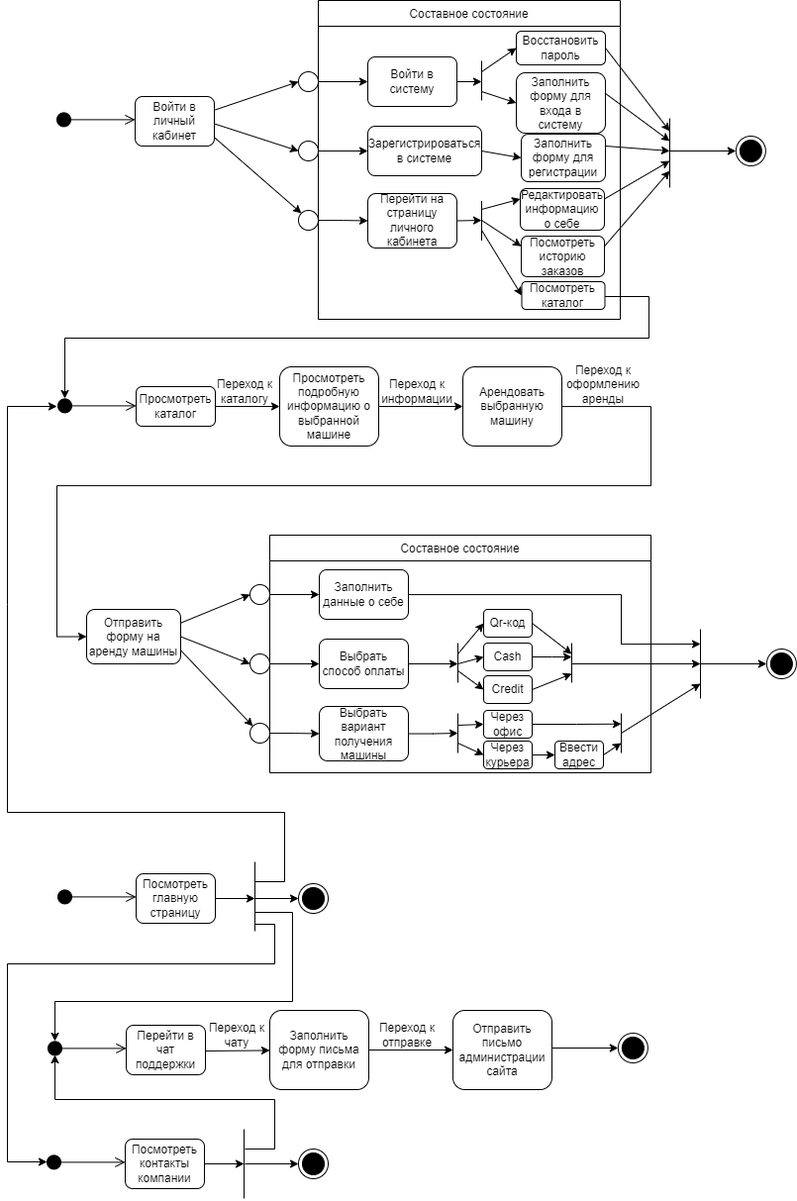
This is Diagrams/Диаграмма состояний (Statechart diagram)/Statechart diagram-Клиент.drawio.png from plnppt/Programming-technologies-project, a draw.io export, as it was before one commit. Source tidied: cells renumbered, new cells last; positions are measured from the earlier drawing's top-left corner, leaving out a move shared by most shapes.
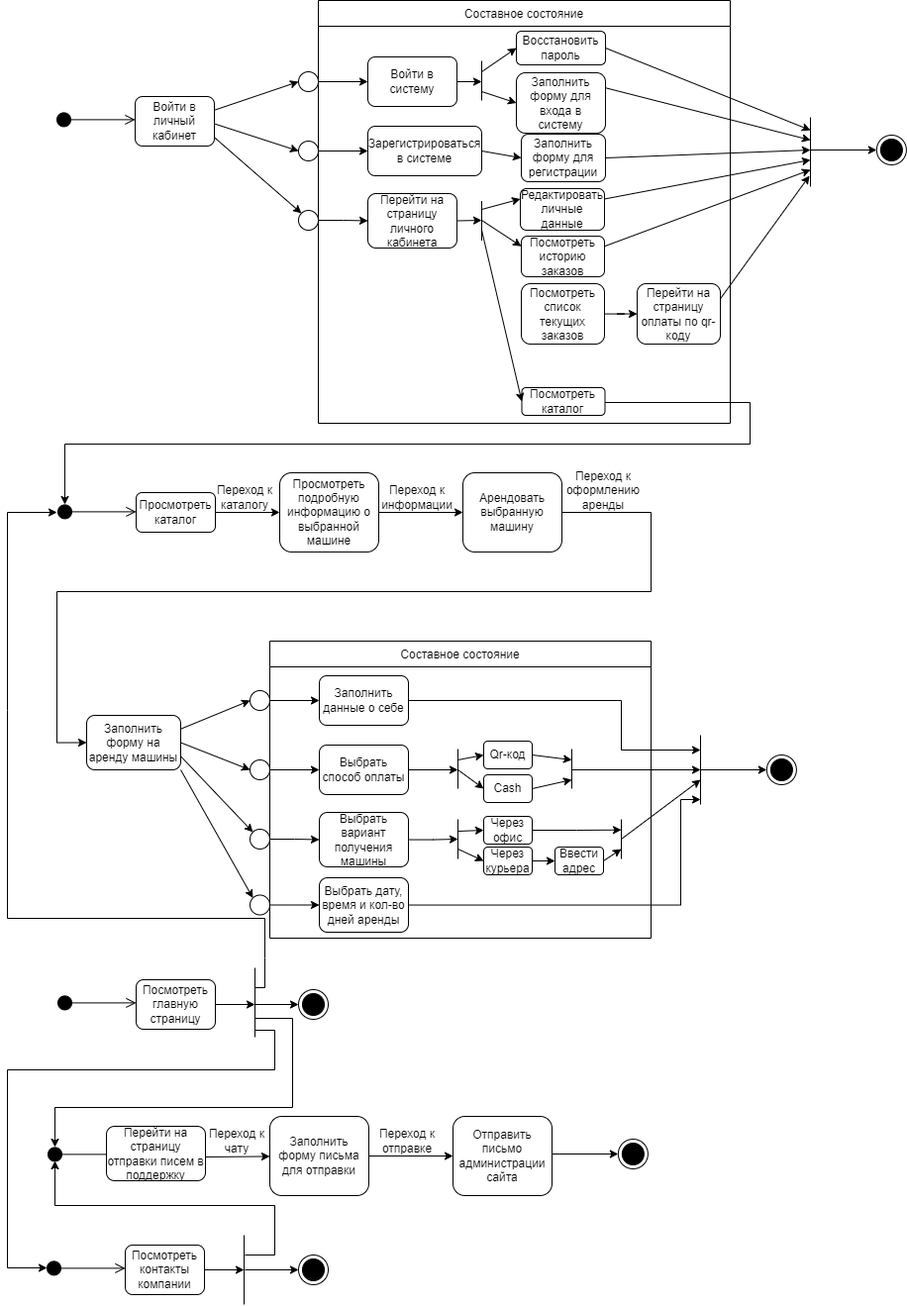
Later version of the same file.

What changed in the source:
```diff
@@ -45,7 +45,7 @@
       <mxGeometry x="572" y="373" width="60" height="30" as="geometry" />
     </mxCell>
     <mxCell id="12" value="Составное состояние" style="swimlane;fontStyle=0;horizontal=1;startSize=26;fillColor=none;" parent="1" vertex="1">
-      <mxGeometry x="265" y="540" width="385" height="240" as="geometry" />
+      <mxGeometry x="265" y="540" width="385" height="300" as="geometry" />
     </mxCell>
     <mxCell id="13" style="endArrow=none;html=1;rounded=0;" parent="12" edge="1">
       <mxGeometry relative="1" as="geometry">
@@ -121,7 +121,7 @@
     <mxCell id="29" style="ellipse;whiteSpace=wrap;html=1;" parent="1" vertex="1">
       <mxGeometry x="245" y="730" width="20" height="20" as="geometry" />
     </mxCell>
-    <mxCell id="30" value="Отправить форму на аренду машины" style="rounded=1;whiteSpace=wrap;html=1;" parent="1" vertex="1">
+    <mxCell id="30" value="Заполнить форму на аренду машины" style="rounded=1;whiteSpace=wrap;html=1;" parent="1" vertex="1">
       <mxGeometry x="80" y="615" width="95" height="55" as="geometry" />
     </mxCell>
     <mxCell id="31" style="endArrow=classic;html=1;rounded=0;exitX=1;exitY=0.25;exitDx=0;exitDy=0;entryX=0;entryY=0.5;entryDx=0;entryDy=0;" parent="1" edge="1" source="30" target="25">
@@ -134,19 +134,11 @@
       <mxGeometry relative="1" as="geometry" />
     </mxCell>
     <mxCell id="34" value="Qr-код" style="rounded=1;whiteSpace=wrap;html=1;" parent="1" vertex="1">
-      <mxGeometry x="481" y="615" width="49" height="28" as="geometry" />
+      <mxGeometry x="481" y="641" width="49" height="28" as="geometry" />
     </mxCell>
-    <mxCell id="35" style="edgeStyle=orthogonalEdgeStyle;rounded=0;jettySize=auto;html=1;exitX=1;exitY=0.5;exitDx=0;exitDy=0;" parent="1" edge="1" source="36">
-      <mxGeometry relative="1" as="geometry">
-        <mxPoint x="570" y="663.1" as="targetPoint" />
-      </mxGeometry>
-    </mxCell>
     <mxCell id="36" value="Cash" style="rounded=1;whiteSpace=wrap;html=1;" parent="1" vertex="1">
-      <mxGeometry x="481" y="649" width="49" height="28" as="geometry" />
+      <mxGeometry x="481" y="675" width="49" height="28" as="geometry" />
     </mxCell>
-    <mxCell id="37" value="Credit" style="rounded=1;whiteSpace=wrap;html=1;" parent="1" vertex="1">
-      <mxGeometry x="481" y="682" width="49" height="28" as="geometry" />
-    </mxCell>
     <mxCell id="38" style="endArrow=classic;html=1;rounded=0;entryX=0;entryY=0.5;entryDx=0;entryDy=0;" parent="1" edge="1" target="34">
       <mxGeometry relative="1" as="geometry">
         <mxPoint x="455" y="660" as="sourcePoint" />
@@ -157,11 +149,6 @@
         <mxPoint x="455" y="670" as="sourcePoint" />
       </mxGeometry>
     </mxCell>
-    <mxCell id="40" style="endArrow=classic;html=1;rounded=0;entryX=0;entryY=0.5;entryDx=0;entryDy=0;" parent="1" edge="1" target="37">
-      <mxGeometry relative="1" as="geometry">
-        <mxPoint x="455" y="677" as="sourcePoint" />
-      </mxGeometry>
-    </mxCell>
     <mxCell id="41" style="edgeStyle=orthogonalEdgeStyle;rounded=0;jettySize=auto;html=1;exitX=1;exitY=0.5;exitDx=0;exitDy=0;" parent="1" edge="1" source="42">
       <mxGeometry relative="1" as="geometry">
         <mxPoint x="620" y="730.7" as="targetPoint" />
@@ -195,15 +182,10 @@
         <mxPoint x="570" y="660" as="targetPoint" />
       </mxGeometry>
     </mxCell>
-    <mxCell id="49" style="endArrow=classic;html=1;rounded=0;exitX=1;exitY=0.5;exitDx=0;exitDy=0;" parent="1" edge="1" source="37">
-      <mxGeometry relative="1" as="geometry">
-        <mxPoint x="570" y="680" as="targetPoint" />
-      </mxGeometry>
-    </mxCell>
     <mxCell id="50" style="endArrow=classic;html=1;rounded=0;" parent="1" edge="1">
       <mxGeometry relative="1" as="geometry">
         <mxPoint x="620" y="740" as="sourcePoint" />
-        <mxPoint x="700" y="690" as="targetPoint" />
+        <mxPoint x="700" y="680" as="targetPoint" />
       </mxGeometry>
     </mxCell>
     <mxCell id="51" style="endArrow=classic;html=1;rounded=0;" parent="1" edge="1">
@@ -228,15 +210,15 @@
     </mxCell>
     <mxCell id="55" style="html=1;verticalAlign=bottom;startArrow=circle;startFill=1;endArrow=open;startSize=6;endSize=8;rounded=0;" parent="1" edge="1">
       <mxGeometry relative="1" as="geometry">
-        <mxPoint x="49" y="120.4" as="sourcePoint" />
-        <mxPoint x="129" y="120.4" as="targetPoint" />
+        <mxPoint x="49" y="13.4" as="sourcePoint" />
+        <mxPoint x="129" y="13.4" as="targetPoint" />
       </mxGeometry>
     </mxCell>
     <mxCell id="56" value="Войти в личный кабинет" style="rounded=1;whiteSpace=wrap;html=1;" parent="1" vertex="1">
-      <mxGeometry x="129" y="97" width="80" height="50" as="geometry" />
+      <mxGeometry x="129" y="-10" width="80" height="50" as="geometry" />
     </mxCell>
     <mxCell id="57" value="Составное состояние" style="swimlane;fontStyle=0;horizontal=1;startSize=26;fillColor=none;" parent="1" vertex="1">
-      <mxGeometry x="314" width="305" height="322" as="geometry" />
+      <mxGeometry x="314" y="-107" width="416" height="427" as="geometry" />
     </mxCell>
     <mxCell id="58" style="endArrow=none;html=1;rounded=0;" parent="57" edge="1">
       <mxGeometry relative="1" as="geometry">
@@ -251,102 +233,102 @@
       </mxGeometry>
     </mxCell>
     <mxCell id="60" value="Войти в систему" style="rounded=1;whiteSpace=wrap;html=1;" parent="1" vertex="1">
-      <mxGeometry x="364" y="57" width="90" height="50" as="geometry" />
+      <mxGeometry x="364" y="-50" width="90" height="50" as="geometry" />
     </mxCell>
     <mxCell id="61" value="Зарегистрироваться в системе" style="rounded=1;whiteSpace=wrap;html=1;" parent="1" vertex="1">
-      <mxGeometry x="364" y="127" width="115" height="50" as="geometry" />
+      <mxGeometry x="364" y="20" width="115" height="50" as="geometry" />
     </mxCell>
     <mxCell id="62" value="Перейти на страницу личного кабинета" style="rounded=1;whiteSpace=wrap;html=1;" parent="1" vertex="1">
-      <mxGeometry x="364" y="195" width="90" height="55" as="geometry" />
+      <mxGeometry x="364" y="88" width="90" height="55" as="geometry" />
     </mxCell>
     <mxCell id="63" style="edgeStyle=orthogonalEdgeStyle;rounded=0;jettySize=auto;html=1;entryX=0;entryY=0.5;entryDx=0;entryDy=0;" parent="1" edge="1" source="64" target="60">
       <mxGeometry relative="1" as="geometry" />
     </mxCell>
     <mxCell id="64" style="ellipse;whiteSpace=wrap;html=1;" parent="1" vertex="1">
-      <mxGeometry x="294" y="72" width="20" height="20" as="geometry" />
+      <mxGeometry x="294" y="-35" width="20" height="20" as="geometry" />
     </mxCell>
     <mxCell id="65" style="edgeStyle=orthogonalEdgeStyle;rounded=0;jettySize=auto;html=1;entryX=0;entryY=0.5;entryDx=0;entryDy=0;" parent="1" edge="1" source="66" target="61">
       <mxGeometry relative="1" as="geometry" />
     </mxCell>
     <mxCell id="66" style="ellipse;whiteSpace=wrap;html=1;" parent="1" vertex="1">
-      <mxGeometry x="294" y="142" width="20" height="20" as="geometry" />
+      <mxGeometry x="294" y="35" width="20" height="20" as="geometry" />
     </mxCell>
     <mxCell id="67" style="edgeStyle=orthogonalEdgeStyle;rounded=0;jettySize=auto;html=1;entryX=0;entryY=0.5;entryDx=0;entryDy=0;" parent="1" edge="1" source="68" target="62">
       <mxGeometry relative="1" as="geometry" />
     </mxCell>
     <mxCell id="68" style="ellipse;whiteSpace=wrap;html=1;" parent="1" vertex="1">
-      <mxGeometry x="294" y="212" width="20" height="20" as="geometry" />
+      <mxGeometry x="294" y="105" width="20" height="20" as="geometry" />
     </mxCell>
     <mxCell id="69" style="endArrow=classic;html=1;rounded=0;exitX=1;exitY=0.25;exitDx=0;exitDy=0;entryX=0;entryY=0.5;entryDx=0;entryDy=0;" parent="1" edge="1" target="64">
       <mxGeometry relative="1" as="geometry">
-        <mxPoint x="209" y="110.8" as="sourcePoint" />
+        <mxPoint x="209" y="3.8" as="sourcePoint" />
       </mxGeometry>
     </mxCell>
     <mxCell id="70" style="endArrow=classic;html=1;rounded=0;entryX=0;entryY=0.5;entryDx=0;entryDy=0;exitX=1;exitY=0.5;exitDx=0;exitDy=0;" parent="1" edge="1" target="66">
       <mxGeometry relative="1" as="geometry">
-        <mxPoint x="209" y="124.5" as="sourcePoint" />
+        <mxPoint x="209" y="17.5" as="sourcePoint" />
       </mxGeometry>
     </mxCell>
     <mxCell id="71" style="endArrow=classic;html=1;rounded=0;entryX=0;entryY=0;entryDx=0;entryDy=0;exitX=1;exitY=0.75;exitDx=0;exitDy=0;" parent="1" edge="1" target="68">
       <mxGeometry relative="1" as="geometry">
-        <mxPoint x="209" y="138.2" as="sourcePoint" />
+        <mxPoint x="209" y="31.2" as="sourcePoint" />
       </mxGeometry>
     </mxCell>
     <mxCell id="72" style="endArrow=none;html=1;rounded=0;" parent="1" edge="1">
       <mxGeometry relative="1" as="geometry">
-        <mxPoint x="669" y="189" as="sourcePoint" />
-        <mxPoint x="669" y="119" as="targetPoint" />
+        <mxPoint x="811" y="81" as="sourcePoint" />
+        <mxPoint x="811" y="11" as="targetPoint" />
       </mxGeometry>
     </mxCell>
     <mxCell id="73" style="endArrow=classic;html=1;rounded=0;" parent="1" edge="1">
       <mxGeometry relative="1" as="geometry">
-        <mxPoint x="669" y="152" as="sourcePoint" />
-        <mxPoint x="735.9" y="152" as="targetPoint" />
+        <mxPoint x="811" y="44" as="sourcePoint" />
+        <mxPoint x="877.9" y="44" as="targetPoint" />
       </mxGeometry>
     </mxCell>
     <mxCell id="74" style="ellipse;html=1;shape=endState;fillColor=#000000;strokeColor=#000000;" parent="1" vertex="1">
-      <mxGeometry x="735.9" y="137" width="30" height="30" as="geometry" />
+      <mxGeometry x="877.9" y="29" width="30" height="30" as="geometry" />
     </mxCell>
     <mxCell id="75" value="Заполнить форму для входа в систему" style="rounded=1;whiteSpace=wrap;html=1;" parent="1" vertex="1">
-      <mxGeometry x="514" y="73" width="90" height="61" as="geometry" />
+      <mxGeometry x="514" y="-34" width="90" height="61" as="geometry" />
     </mxCell>
     <mxCell id="76" value="Восстановить пароль" style="rounded=1;whiteSpace=wrap;html=1;" parent="1" vertex="1">
-      <mxGeometry x="514" y="31" width="90" height="34" as="geometry" />
+      <mxGeometry x="514" y="-76" width="90" height="34" as="geometry" />
     </mxCell>
     <mxCell id="77" style="endArrow=classic;html=1;rounded=0;entryX=0;entryY=0.5;entryDx=0;entryDy=0;" parent="1" edge="1" target="76">
       <mxGeometry relative="1" as="geometry">
-        <mxPoint x="479" y="72" as="sourcePoint" />
+        <mxPoint x="479" y="-35" as="sourcePoint" />
       </mxGeometry>
     </mxCell>
     <mxCell id="78" style="endArrow=classic;html=1;rounded=0;entryX=0;entryY=0.5;entryDx=0;entryDy=0;" parent="1" edge="1" target="75">
       <mxGeometry relative="1" as="geometry">
-        <mxPoint x="479" y="92" as="sourcePoint" />
+        <mxPoint x="479" y="-15" as="sourcePoint" />
       </mxGeometry>
     </mxCell>
     <mxCell id="79" style="endArrow=classic;html=1;rounded=0;exitX=1;exitY=0.5;exitDx=0;exitDy=0;" parent="1" edge="1" source="60">
       <mxGeometry relative="1" as="geometry">
-        <mxPoint x="479" y="82" as="targetPoint" />
+        <mxPoint x="479" y="-25" as="targetPoint" />
       </mxGeometry>
     </mxCell>
     <mxCell id="80" value="Заполнить форму для регистрации" style="rounded=1;whiteSpace=wrap;html=1;" parent="1" vertex="1">
-      <mxGeometry x="519" y="135" width="85" height="48" as="geometry" />
+      <mxGeometry x="519" y="28" width="85" height="48" as="geometry" />
     </mxCell>
     <mxCell id="81" style="endArrow=classic;html=1;rounded=0;entryX=0;entryY=0.5;entryDx=0;entryDy=0;exitX=1;exitY=0.5;exitDx=0;exitDy=0;" parent="1" edge="1" source="61" target="80">
       <mxGeometry relative="1" as="geometry" />
     </mxCell>
-    <mxCell id="82" value="Редактировать информацию о себе" style="rounded=1;whiteSpace=wrap;html=1;" parent="1" vertex="1">
-      <mxGeometry x="518" y="190" width="85" height="42" as="geometry" />
+    <mxCell id="82" value="Редактировать личные данные" style="rounded=1;whiteSpace=wrap;html=1;" parent="1" vertex="1">
+      <mxGeometry x="518" y="83" width="85" height="42" as="geometry" />
     </mxCell>
     <mxCell id="83" value="Посмотреть историю заказов" style="rounded=1;whiteSpace=wrap;html=1;" parent="1" vertex="1">
-      <mxGeometry x="519" y="238" width="84" height="41" as="geometry" />
+      <mxGeometry x="519" y="131" width="84" height="41" as="geometry" />
     </mxCell>
     <mxCell id="84" style="edgeStyle=orthogonalEdgeStyle;rounded=0;orthogonalLoop=1;jettySize=auto;html=1;exitX=1;exitY=0.5;exitDx=0;exitDy=0;" parent="1" edge="1">
       <mxGeometry relative="1" as="geometry">
         <mxPoint x="601.5" y="299" as="sourcePoint" />
         <mxPoint x="58" y="402" as="targetPoint" />
         <Array as="points">
-          <mxPoint x="648" y="299" />
-          <mxPoint x="648" y="341" />
+          <mxPoint x="750" y="299" />
+          <mxPoint x="750" y="341" />
           <mxPoint x="58" y="341" />
         </Array>
       </mxGeometry>
@@ -356,47 +338,47 @@
     </mxCell>
     <mxCell id="86" style="endArrow=classic;html=1;rounded=0;exitX=1;exitY=0.5;exitDx=0;exitDy=0;" parent="1" edge="1" source="62">
       <mxGeometry relative="1" as="geometry">
-        <mxPoint x="479" y="222" as="targetPoint" />
+        <mxPoint x="479" y="115" as="targetPoint" />
       </mxGeometry>
     </mxCell>
     <mxCell id="87" style="endArrow=classic;html=1;rounded=0;entryX=0;entryY=0.25;entryDx=0;entryDy=0;" parent="1" edge="1" target="82">
       <mxGeometry relative="1" as="geometry">
-        <mxPoint x="479" y="211" as="sourcePoint" />
+        <mxPoint x="479" y="104" as="sourcePoint" />
       </mxGeometry>
     </mxCell>
     <mxCell id="88" style="endArrow=classic;html=1;rounded=0;entryX=0;entryY=0.25;entryDx=0;entryDy=0;" parent="1" edge="1" target="83">
       <mxGeometry relative="1" as="geometry">
-        <mxPoint x="479" y="222" as="sourcePoint" />
+        <mxPoint x="479" y="115" as="sourcePoint" />
       </mxGeometry>
     </mxCell>
     <mxCell id="89" style="endArrow=classic;html=1;rounded=0;entryX=0;entryY=0.5;entryDx=0;entryDy=0;" parent="1" edge="1" target="85">
       <mxGeometry relative="1" as="geometry">
-        <mxPoint x="479" y="232" as="sourcePoint" />
+        <mxPoint x="479" y="125" as="sourcePoint" />
       </mxGeometry>
     </mxCell>
     <mxCell id="90" style="endArrow=classic;html=1;rounded=0;exitX=1;exitY=0.5;exitDx=0;exitDy=0;" parent="1" edge="1" source="76">
       <mxGeometry relative="1" as="geometry">
-        <mxPoint x="669" y="132" as="targetPoint" />
+        <mxPoint x="811" y="24" as="targetPoint" />
       </mxGeometry>
     </mxCell>
-    <mxCell id="91" style="endArrow=classic;html=1;rounded=0;exitX=0.997;exitY=0.339;exitDx=0;exitDy=0;exitPerimeter=0;" parent="1" edge="1" source="75">
+    <mxCell id="91" style="endArrow=classic;html=1;rounded=0;exitX=1;exitY=0.25;exitDx=0;exitDy=0;" parent="1" edge="1" source="75">
       <mxGeometry relative="1" as="geometry">
-        <mxPoint x="669" y="142" as="targetPoint" />
+        <mxPoint x="811" y="34" as="targetPoint" />
       </mxGeometry>
     </mxCell>
-    <mxCell id="92" style="endArrow=classic;html=1;rounded=0;exitX=1;exitY=0.25;exitDx=0;exitDy=0;" parent="1" edge="1" source="80">
+    <mxCell id="92" style="endArrow=classic;html=1;rounded=0;exitX=1;exitY=0.5;exitDx=0;exitDy=0;" parent="1" edge="1" source="80">
       <mxGeometry relative="1" as="geometry">
-        <mxPoint x="669" y="152" as="targetPoint" />
+        <mxPoint x="811" y="44" as="targetPoint" />
       </mxGeometry>
     </mxCell>
     <mxCell id="93" style="endArrow=classic;html=1;rounded=0;exitX=1;exitY=0.25;exitDx=0;exitDy=0;" parent="1" edge="1" source="82">
       <mxGeometry relative="1" as="geometry">
-        <mxPoint x="669" y="162" as="targetPoint" />
+        <mxPoint x="811" y="54" as="targetPoint" />
       </mxGeometry>
     </mxCell>
     <mxCell id="94" style="endArrow=classic;html=1;rounded=0;exitX=1;exitY=0.25;exitDx=0;exitDy=0;" parent="1" edge="1" source="83">
       <mxGeometry relative="1" as="geometry">
-        <mxPoint x="669" y="172" as="targetPoint" />
+        <mxPoint x="811" y="64" as="targetPoint" />
       </mxGeometry>
     </mxCell>
     <mxCell id="95" style="html=1;verticalAlign=bottom;startArrow=circle;startFill=1;endArrow=open;startSize=6;endSize=8;rounded=0;" parent="1" edge="1">
@@ -432,8 +414,9 @@
         <mxPoint x="250" y="890" as="sourcePoint" />
         <mxPoint x="50" y="410" as="targetPoint" />
         <Array as="points">
-          <mxPoint x="280" y="890" />
-          <mxPoint x="280" y="820" />
+          <mxPoint x="260" y="890" />
+          <mxPoint x="260" y="860" />
+          <mxPoint x="260" y="820" />
           <mxPoint y="820" />
           <mxPoint y="610" />
           <mxPoint y="410" />
@@ -491,8 +474,8 @@
         <mxPoint x="120" y="1058.4" as="targetPoint" />
       </mxGeometry>
     </mxCell>
-    <mxCell id="114" value="Перейти в чат поддержки" style="rounded=1;whiteSpace=wrap;html=1;" parent="1" vertex="1">
-      <mxGeometry x="120" y="1035" width="80" height="50" as="geometry" />
+    <mxCell id="114" value="Перейти на страницу отправки писем в поддержку" style="rounded=1;whiteSpace=wrap;html=1;" parent="1" vertex="1">
+      <mxGeometry x="100" y="1030" width="100" height="55" as="geometry" />
     </mxCell>
     <mxCell id="115" style="endArrow=classic;html=1;rounded=0;" parent="1" edge="1">
       <mxGeometry relative="1" as="geometry">
@@ -542,5 +525,45 @@
         </Array>
       </mxGeometry>
     </mxCell>
+    <mxCell id="121" style="edgeStyle=orthogonalEdgeStyle;rounded=0;jettySize=auto;html=1;entryX=0;entryY=0.5;entryDx=0;entryDy=0;" parent="1" edge="1" source="122" target="123">
+      <mxGeometry relative="1" as="geometry" />
+    </mxCell>
+    <mxCell id="122" value="Посмотреть список текущих заказов" style="rounded=1;whiteSpace=wrap;html=1;" parent="1" vertex="1">
+      <mxGeometry x="519" y="179" width="84" height="61" as="geometry" />
+    </mxCell>
+    <mxCell id="123" value="Перейти на страницу оплаты по qr-коду" style="rounded=1;whiteSpace=wrap;html=1;" parent="1" vertex="1">
+      <mxGeometry x="636" y="179" width="84" height="61" as="geometry" />
+    </mxCell>
+    <mxCell id="124" style="endArrow=classic;html=1;rounded=0;exitX=1;exitY=0.25;exitDx=0;exitDy=0;" parent="1" edge="1" source="123">
+      <mxGeometry relative="1" as="geometry">
+        <mxPoint x="810" y="70" as="targetPoint" />
+      </mxGeometry>
+    </mxCell>
+    <mxCell id="125" style="endArrow=classic;html=1;rounded=0;exitX=1;exitY=0.5;exitDx=0;exitDy=0;" parent="1" edge="1" source="36">
+      <mxGeometry relative="1" as="geometry">
+        <mxPoint x="570" y="680" as="targetPoint" />
+      </mxGeometry>
+    </mxCell>
+    <mxCell id="126" style="edgeStyle=orthogonalEdgeStyle;rounded=0;jettySize=auto;html=1;" parent="1" edge="1" source="127">
+      <mxGeometry relative="1" as="geometry">
+        <mxPoint x="700" y="700" as="targetPoint" />
+        <Array as="points">
+          <mxPoint x="680" y="806" />
+          <mxPoint x="680" y="700" />
+        </Array>
+      </mxGeometry>
+    </mxCell>
+    <mxCell id="127" value="Выбрать дату, время и кол-во дней аренды" style="rounded=1;whiteSpace=wrap;html=1;" parent="1" vertex="1">
+      <mxGeometry x="315" y="779" width="90" height="55" as="geometry" />
+    </mxCell>
+    <mxCell id="128" style="edgeStyle=orthogonalEdgeStyle;rounded=0;jettySize=auto;html=1;entryX=0;entryY=0.5;entryDx=0;entryDy=0;" parent="1" edge="1" source="129" target="127">
+      <mxGeometry relative="1" as="geometry" />
+    </mxCell>
+    <mxCell id="129" style="ellipse;whiteSpace=wrap;html=1;" parent="1" vertex="1">
+      <mxGeometry x="245" y="796.5" width="20" height="20" as="geometry" />
+    </mxCell>
+    <mxCell id="130" style="endArrow=classic;html=1;rounded=0;exitX=1;exitY=1;exitDx=0;exitDy=0;entryX=0;entryY=0;entryDx=0;entryDy=0;" parent="1" edge="1" source="30" target="129">
+      <mxGeometry relative="1" as="geometry" />
+    </mxCell>
   </root>
 </mxGraphModel>
```
